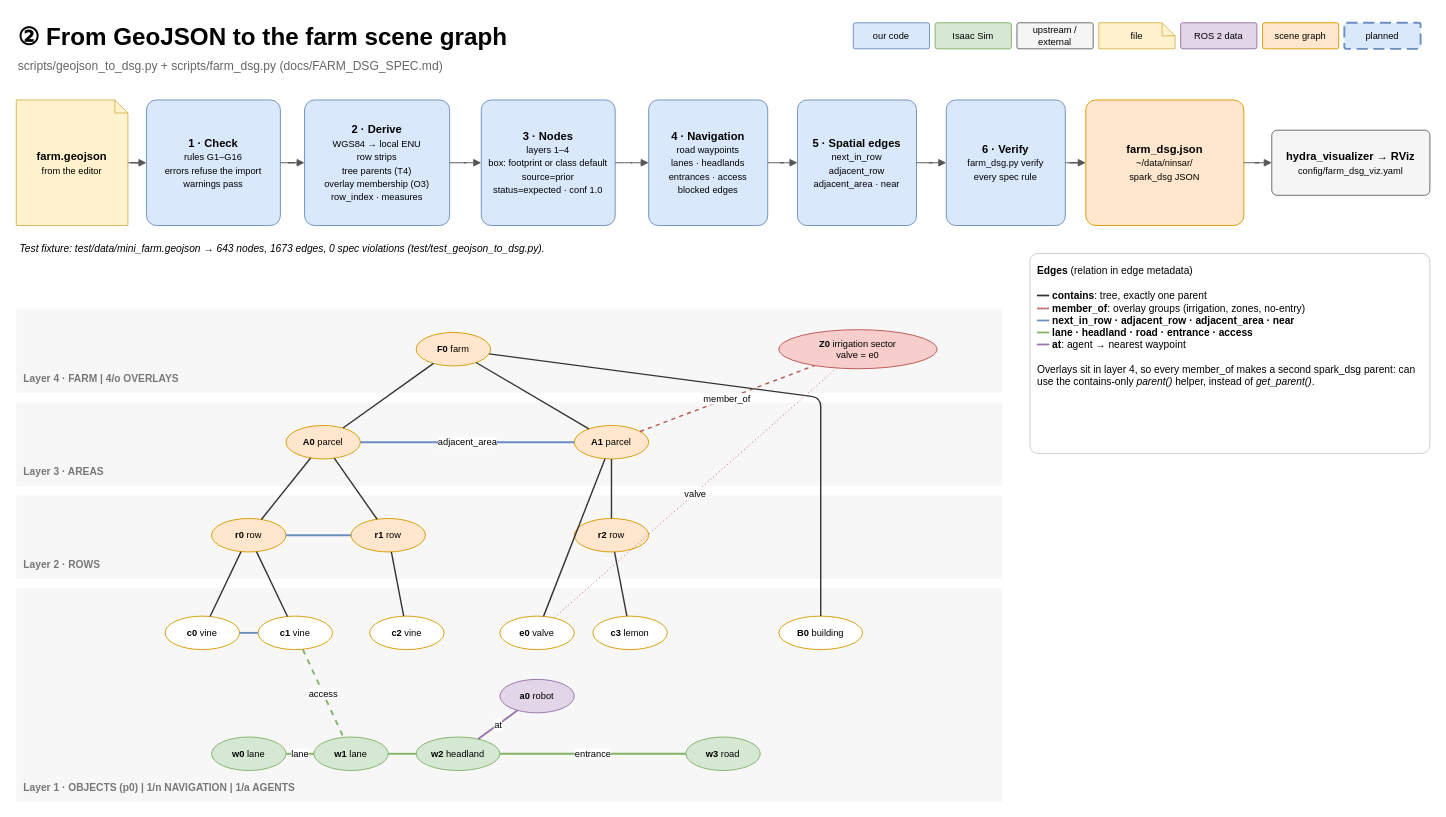
luisfelipewb/ninsar_scene_understanding keeps this draw.io diagram as page "2 GeoJSON → DSG" (3 of 10) of docs/diagrams/ninsar_overview.drawio. Above is the earlier version. Source tidied: cells renumbered, new cells numbered last; positions are measured from the earlier drawing's top-left corner, leaving out a move shared by most shapes. Both pictures are drawn from the tidied source at 93%, with x=0, y=0 at pixel (16, 16).
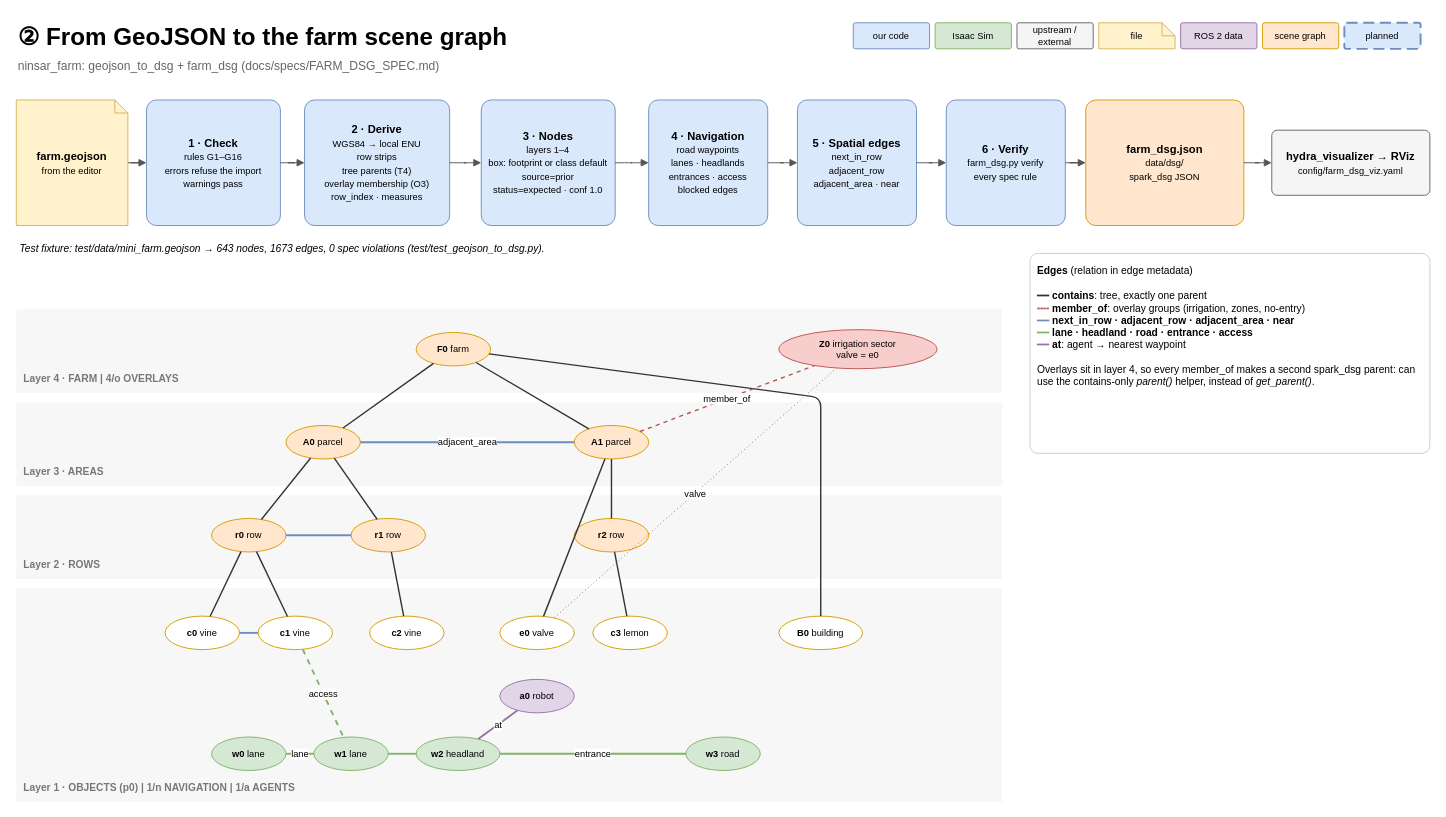
The same page after the edit.

What changed in the source:
```diff
@@
-    <mxCell id="3" value="scripts/geojson_to_dsg.py + scripts/farm_dsg.py (docs/FARM_DSG_SPEC.md)" style="text;html=1;align=left;verticalAlign=middle;fontSize=13;fontColor=#666666;whiteSpace=wrap;" parent="1" vertex="1">
+    <mxCell id="3" value="ninsar_farm: geojson_to_dsg + farm_dsg (docs/specs/FARM_DSG_SPEC.md)" style="text;html=1;align=left;verticalAlign=middle;fontSize=13;fontColor=#666666;whiteSpace=wrap;" parent="1" vertex="1">
       <mxGeometry y="40" width="880" height="26" as="geometry" />
     </mxCell>
@@
-    <mxCell id="24" value="&lt;b&gt;farm_dsg.json&lt;/b&gt;&lt;br&gt;&lt;font style=&quot;font-size:10px&quot;&gt;~/data/ninsar/&lt;/font&gt;&lt;br&gt;&lt;font style=&quot;font-size:10px&quot;&gt;spark_dsg JSON&lt;/font&gt;" style="rounded=1;whiteSpace=wrap;html=1;arcSize=8;fontSize=12;spacing=6;fillColor=#ffe6cc;strokeColor=#d79b00;" parent="1" vertex="1">
+    <mxCell id="24" value="&lt;b&gt;farm_dsg.json&lt;/b&gt;&lt;br&gt;&lt;font style=&quot;font-size:10px&quot;&gt;data/dsg/&lt;/font&gt;&lt;br&gt;&lt;font style=&quot;font-size:10px&quot;&gt;spark_dsg JSON&lt;/font&gt;" style="rounded=1;whiteSpace=wrap;html=1;arcSize=8;fontSize=12;spacing=6;fillColor=#ffe6cc;strokeColor=#d79b00;" parent="1" vertex="1">
       <mxGeometry x="1150" y="90" width="170" height="135" as="geometry" />
     </mxCell>
```
